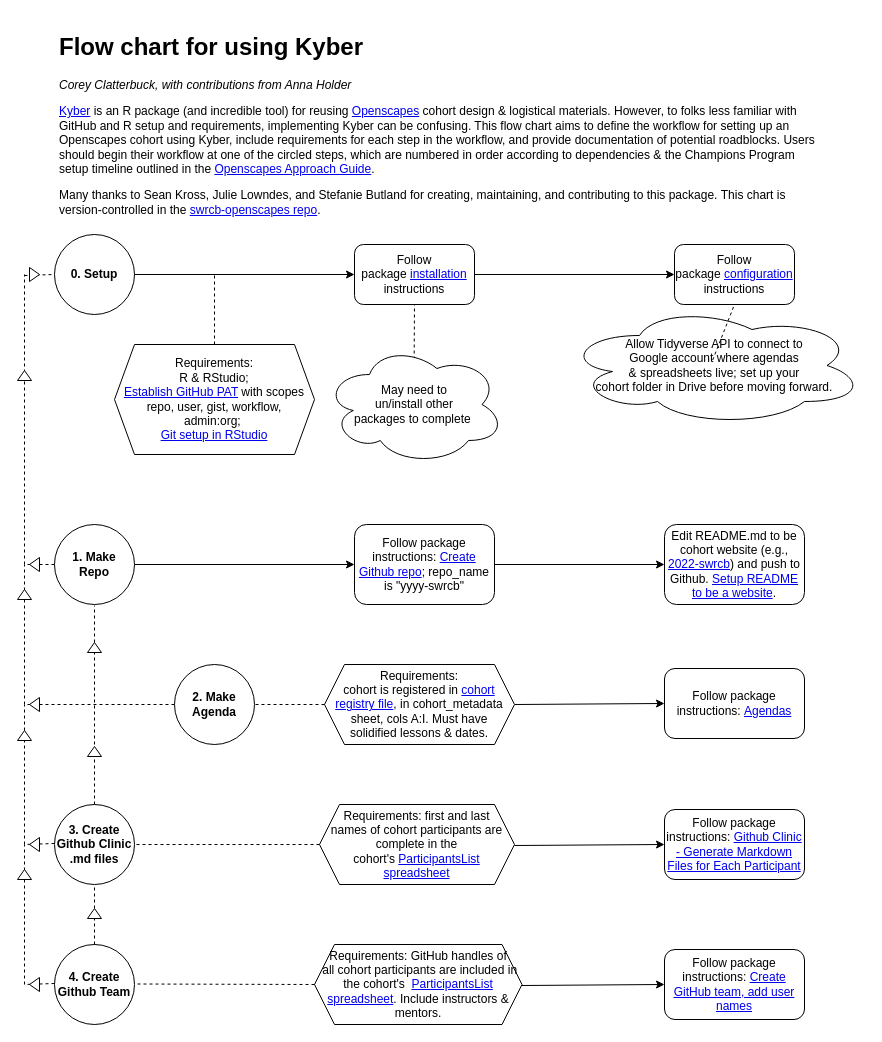
Earlier version of the draw.io diagram images/KyberFlow.drawio (CAWaterBoardDataCenter/swrcb-openscapes). Source tidied: cells renumbered, new cells numbered last; positions are measured from the earlier drawing's top-left corner, leaving out a move shared by most shapes. Both pictures are drawn from the tidied source at 100%, with x=0, y=0 at pixel (19, 27).
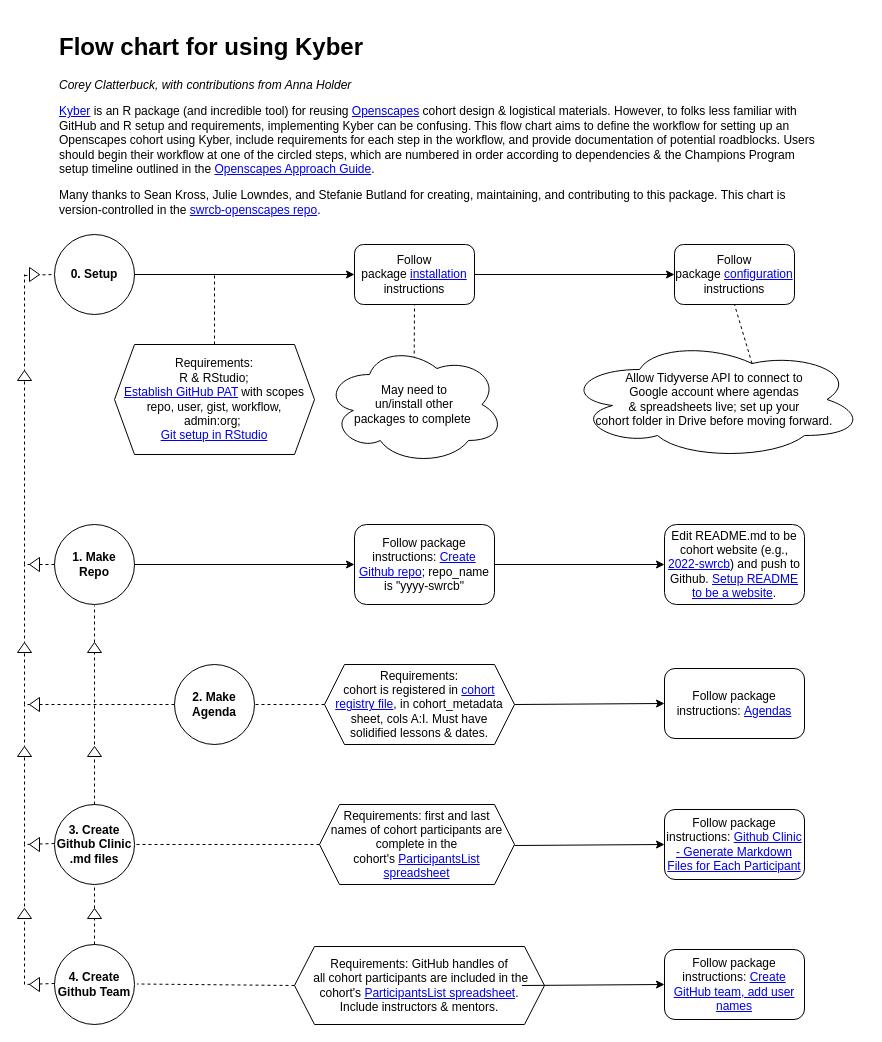
Above is the later version.

Commit message:
make kyberflow prettier

Unchanged cells that the change refers to:
```xml
<mxCell id="8" value="Follow package&amp;nbsp;&lt;a href=&quot;https://github.com/openscapes/kyber#configuration&quot;&gt;configuration&lt;/a&gt; instructions" style="rounded=1;whiteSpace=wrap;html=1;" parent="1" vertex="1">
  <mxGeometry x="655" y="217" width="120" height="60" as="geometry" />
</mxCell>
```

The edit, as a diff of the source:
```diff
@@
     <mxCell id="11" value="Allow Tidyverse API to connect to&lt;br&gt;Google account where agendas&lt;br&gt;&amp;amp; spreadsheets live; set up your&lt;br&gt;cohort folder in Drive before moving&amp;nbsp;forward." style="ellipse;shape=cloud;whiteSpace=wrap;html=1;" parent="1" vertex="1">
-      <mxGeometry x="545" y="278" width="300" height="120" as="geometry" />
+      <mxGeometry x="545" y="312" width="300" height="120" as="geometry" />
     </mxCell>
-    <mxCell id="12" style="endArrow=none;dashed=1;html=1;rounded=0;exitX=0.494;exitY=0.129;exitDx=0;exitDy=0;exitPerimeter=0;entryX=0.5;entryY=1;entryDx=0;entryDy=0;" parent="1" edge="1" target="8">
-      <mxGeometry relative="1" as="geometry">
-        <mxPoint x="693.2" y="332.5" as="sourcePoint" />
-      </mxGeometry>
+    <mxCell id="12" style="endArrow=none;dashed=1;html=1;rounded=0;exitX=0.625;exitY=0.2;exitDx=0;exitDy=0;exitPerimeter=0;entryX=0.5;entryY=1;entryDx=0;entryDy=0;" parent="1" edge="1" source="11" target="8">
+      <mxGeometry relative="1" as="geometry" />
     </mxCell>
@@
-    <mxCell id="26" value="&lt;span style=&quot;font-weight: normal;&quot;&gt;Requirements: GitHub handles of&lt;br&gt;&amp;nbsp;all cohort participants are included in the cohort's&amp;nbsp;&amp;nbsp;&lt;a href=&quot;https://docs.google.com/spreadsheets/d/1bN80xSd0dkGEKpdAb0s8OmL_8aAF_wzR04DA1h8uZCY/edit#gid=0&quot;&gt;ParticipantsList spreadsheet&lt;/a&gt;. Include instructors &amp;amp; mentors.&lt;/span&gt;" style="shape=hexagon;perimeter=hexagonPerimeter2;whiteSpace=wrap;html=1;fixedSize=1;fontStyle=1;" parent="1" vertex="1">
-      <mxGeometry x="295" y="917" width="207.5" height="80" as="geometry" />
+    <mxCell id="26" value="&lt;span style=&quot;font-weight: normal;&quot;&gt;Requirements: GitHub handles of&lt;br&gt;&amp;nbsp;all cohort participants are included in the cohort's&amp;nbsp;&lt;a href=&quot;https://docs.google.com/spreadsheets/d/1bN80xSd0dkGEKpdAb0s8OmL_8aAF_wzR04DA1h8uZCY/edit#gid=0&quot;&gt;ParticipantsList spreadsheet&lt;/a&gt;. &lt;br&gt;Include instructors &amp;amp; mentors.&lt;/span&gt;" style="shape=hexagon;perimeter=hexagonPerimeter2;whiteSpace=wrap;html=1;fixedSize=1;fontStyle=1;" parent="1" vertex="1">
+      <mxGeometry x="275" y="919" width="250" height="78" as="geometry" />
     </mxCell>
@@
     <mxCell id="40" style="triangle;whiteSpace=wrap;html=1;fontFamily=Helvetica;fontSize=12;fontColor=#000000;align=center;strokeColor=#000000;fillColor=#ffffff;rotation=-90;" parent="1" vertex="1">
-      <mxGeometry y="560" width="10" height="14" as="geometry" />
+      <mxGeometry y="613" width="10" height="14" as="geometry" />
     </mxCell>
     <mxCell id="41" style="triangle;whiteSpace=wrap;html=1;fontFamily=Helvetica;fontSize=12;fontColor=#000000;align=center;strokeColor=#000000;fillColor=#ffffff;rotation=-90;" parent="1" vertex="1">
-      <mxGeometry y="701" width="10" height="14" as="geometry" />
+      <mxGeometry y="717" width="10" height="14" as="geometry" />
     </mxCell>
     <mxCell id="42" style="triangle;whiteSpace=wrap;html=1;fontFamily=Helvetica;fontSize=12;fontColor=#000000;align=center;strokeColor=#000000;fillColor=#ffffff;rotation=-90;" parent="1" vertex="1">
-      <mxGeometry y="840" width="10" height="14" as="geometry" />
+      <mxGeometry y="879" width="10" height="14" as="geometry" />
     </mxCell>
```
